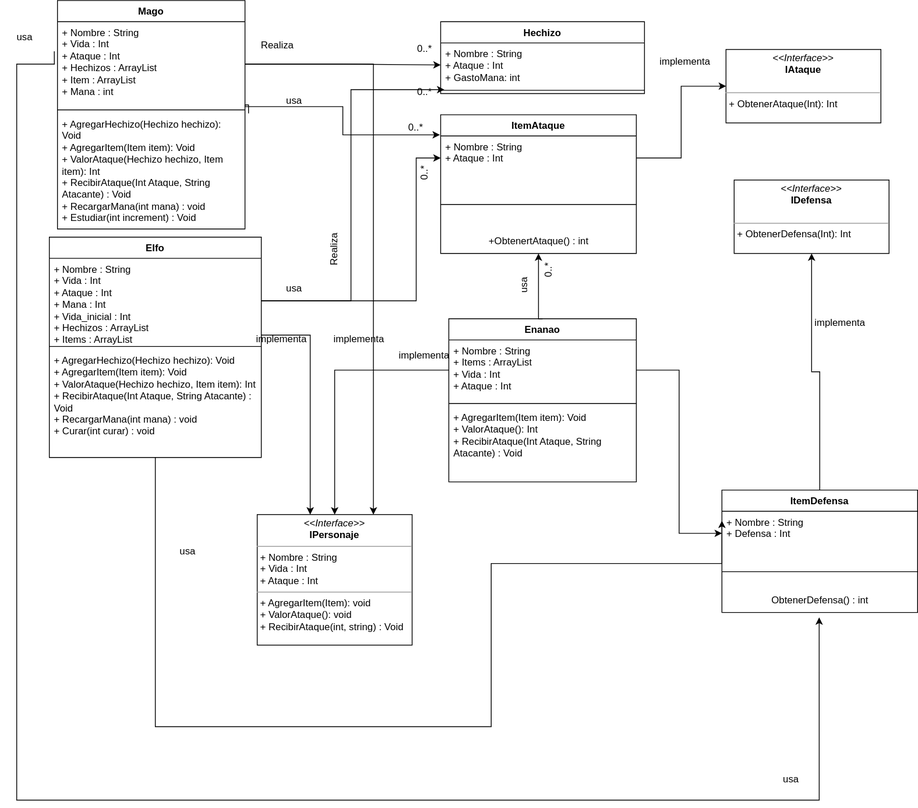
The draw.io diagram src/Library/diagrama de clases RolePlayGame.svg in ThiagoAGarcia/RoleplayGame, before a commit. Source tidied: cells renumbered, new cells last; positions are measured from the earlier drawing's top-left corner, leaving out a move shared by most shapes.
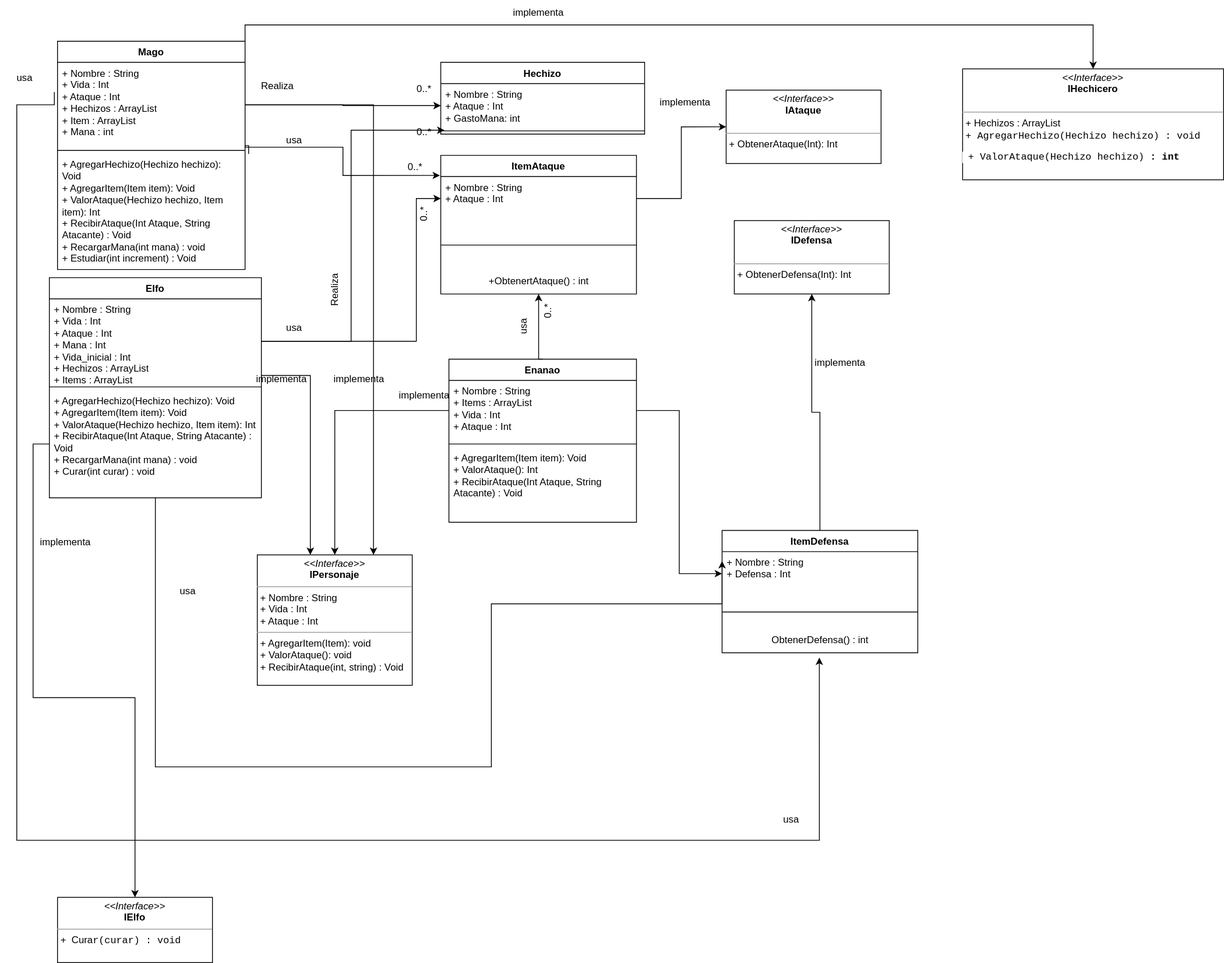
The same diagram one commit later.

Commit message:
cambios de uml

What changed in the source:
```diff
@@ -2,6 +2,9 @@
   <root>
     <mxCell id="0" />
     <mxCell id="1" parent="0" />
+    <mxCell id="59" style="edgeStyle=orthogonalEdgeStyle;rounded=0;jettySize=auto;html=1;exitX=1;exitY=0;exitDx=0;exitDy=0;entryX=0.5;entryY=0;entryDx=0;entryDy=0;" parent="1" edge="1" source="2" target="63">
+      <mxGeometry relative="1" as="geometry" />
+    </mxCell>
     <mxCell id="2" value="Mago" style="swimlane;fontStyle=1;align=center;verticalAlign=top;horizontal=1;startSize=26;whiteSpace=wrap;html=1;" parent="1" vertex="1">
       <mxGeometry x="70" width="230" height="280" as="geometry" />
     </mxCell>
@@ -222,5 +225,20 @@
     <mxCell id="58" value="implementa" style="text;html=1;strokeColor=none;fillColor=none;align=center;verticalAlign=middle;whiteSpace=wrap;rounded=0;" parent="1" vertex="1">
       <mxGeometry x="810" y="60" width="60" height="30" as="geometry" />
     </mxCell>
+    <mxCell id="60" value="&lt;p style=&quot;margin:0px;margin-top:4px;text-align:center;&quot;&gt;&lt;i&gt;&amp;lt;&amp;lt;Interface&amp;gt;&amp;gt;&lt;/i&gt;&lt;br&gt;&lt;b&gt;IElfo&lt;/b&gt;&lt;/p&gt;&lt;hr size=&quot;1&quot;&gt;&lt;p style=&quot;margin:0px;margin-left:4px;&quot;&gt;+&lt;span style=&quot;background-color: rgb(255, 255, 255);&quot;&gt;&amp;nbsp; Cura&lt;font style=&quot;&quot; face=&quot;JetBrains Mono, monospace&quot;&gt;r(curar) : void&lt;/font&gt;&lt;/span&gt;&lt;/p&gt;" style="verticalAlign=top;align=left;overflow=fill;fontSize=12;fontFamily=Helvetica;html=1;whiteSpace=wrap;" parent="1" vertex="1">
+      <mxGeometry x="70" y="1050" width="190" height="80" as="geometry" />
+    </mxCell>
+    <mxCell id="61" style="edgeStyle=orthogonalEdgeStyle;rounded=0;jettySize=auto;html=1;entryX=0.5;entryY=0;entryDx=0;entryDy=0;" parent="1" edge="1" source="21" target="60">
+      <mxGeometry relative="1" as="geometry" />
+    </mxCell>
+    <mxCell id="62" value="implementa" style="text;html=1;strokeColor=none;fillColor=none;align=center;verticalAlign=middle;whiteSpace=wrap;rounded=0;" parent="1" vertex="1">
+      <mxGeometry x="50" y="600" width="60" height="30" as="geometry" />
+    </mxCell>
+    <mxCell id="63" value="&lt;p style=&quot;margin:0px;margin-top:4px;text-align:center;&quot;&gt;&lt;i&gt;&amp;lt;&amp;lt;Interface&amp;gt;&amp;gt;&lt;/i&gt;&lt;br&gt;&lt;b&gt;IHechicero&lt;/b&gt;&lt;/p&gt;&lt;p style=&quot;margin:0px;margin-left:4px;&quot;&gt;&lt;br&gt;&lt;/p&gt;&lt;hr size=&quot;1&quot;&gt;&lt;p style=&quot;margin:0px;margin-left:4px;&quot;&gt;&lt;span style=&quot;background-color: rgb(255, 255, 255);&quot;&gt;+ Hechizos : ArrayList&lt;/span&gt;&lt;/p&gt;&lt;p style=&quot;margin:0px;margin-left:4px;&quot;&gt;&lt;span style=&quot;background-color: rgb(255, 255, 255);&quot;&gt;&lt;span style=&quot;font-family: &amp;quot;JetBrains Mono&amp;quot;, monospace;&quot;&gt;+ AgregarHechizo&lt;/span&gt;&lt;span style=&quot;font-family: &amp;quot;JetBrains Mono&amp;quot;, monospace;&quot;&gt;(Hechizo hechizo) : void&lt;/span&gt;&lt;/span&gt;&lt;/p&gt;&lt;div style=&quot;&quot;&gt;&lt;pre style=&quot;font-family: &amp;quot;JetBrains Mono&amp;quot;, monospace;&quot;&gt;&lt;span style=&quot;background-color: rgb(255, 255, 255);&quot;&gt; + ValorAtaque(Hechizo hechizo)&lt;b&gt; : int&lt;/b&gt;&lt;/span&gt;&lt;/pre&gt;&lt;/div&gt;" style="verticalAlign=top;align=left;overflow=fill;fontSize=12;fontFamily=Helvetica;html=1;whiteSpace=wrap;" parent="1" vertex="1">
+      <mxGeometry x="1180" y="34" width="320" height="136" as="geometry" />
+    </mxCell>
+    <mxCell id="64" value="implementa" style="text;html=1;strokeColor=none;fillColor=none;align=center;verticalAlign=middle;whiteSpace=wrap;rounded=0;" parent="1" vertex="1">
+      <mxGeometry x="630" y="-50" width="60" height="30" as="geometry" />
+    </mxCell>
   </root>
 </mxGraphModel>
```
